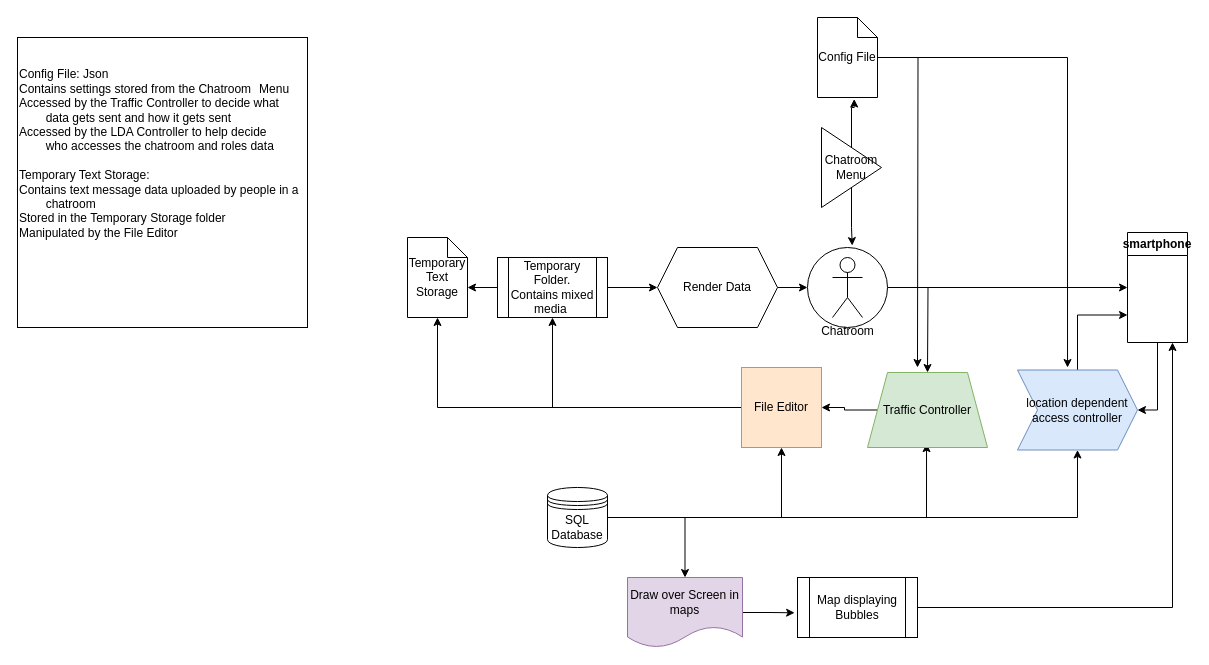
Above: jacob_design_stuff.drawio in cse442-at-ub/project-group-byte-bandits (draw.io), before the change. Source tidied: cells renumbered, new cells numbered last; positions are measured from the earlier drawing's top-left corner, leaving out a move shared by most shapes. Both pictures are drawn from the tidied source at 100%, with x=0, y=0 at pixel (17, 17).
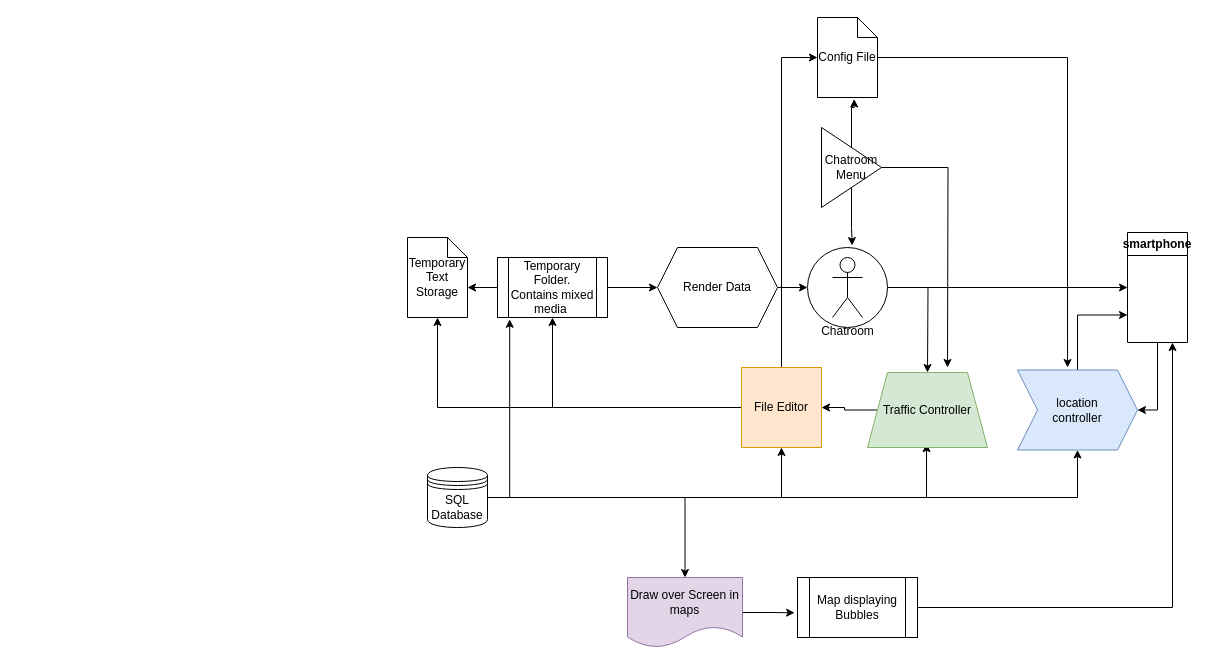
Above is the later version.

Commit message (it also covers changes not shown here):
updating backend diagram and adding explanation

The change refers to these unchanged cells:
```xml
<mxCell id="4" value="File Editor" style="whiteSpace=wrap;html=1;fillColor=#ffe6cc;strokeColor=#d79b00;" parent="1" vertex="1">
  <mxGeometry x="724" y="350" width="80" height="80" as="geometry" />
</mxCell>
<mxCell id="13" value="Temporary&lt;br&gt;Folder. Contains mixed&lt;br&gt;media&amp;nbsp;" style="shape=process;whiteSpace=wrap;html=1;backgroundOutline=1;" parent="1" vertex="1">
  <mxGeometry x="480" y="240" width="110" height="60" as="geometry" />
</mxCell>
<mxCell id="32" value="Config File" style="shape=note;size=20;whiteSpace=wrap;html=1;" parent="1" vertex="1">
  <mxGeometry x="800" width="60" height="80" as="geometry" />
</mxCell>
<mxCell id="35" value="Chatroom&lt;br&gt;Menu" style="triangle;whiteSpace=wrap;html=1;" parent="1" vertex="1">
  <mxGeometry x="804" y="110" width="60" height="80" as="geometry" />
</mxCell>
```

What changed in the source:
```diff
@@
+    <mxCell id="37" style="edgeStyle=orthogonalEdgeStyle;rounded=0;jettySize=auto;html=1;entryX=0;entryY=0.5;entryDx=0;entryDy=0;entryPerimeter=0;" parent="1" edge="1" source="4" target="32">
+      <mxGeometry relative="1" as="geometry" />
+    </mxCell>
@@
+    <mxCell id="38" style="edgeStyle=orthogonalEdgeStyle;rounded=0;jettySize=auto;html=1;entryX=0.111;entryY=1.03;entryDx=0;entryDy=0;entryPerimeter=0;" parent="1" edge="1" source="9" target="13">
+      <mxGeometry relative="1" as="geometry" />
+    </mxCell>
     <mxCell id="9" value="SQL Database" style="shape=datastore;whiteSpace=wrap;html=1;" parent="1" vertex="1">
-      <mxGeometry x="530" y="470" width="60" height="60" as="geometry" />
+      <mxGeometry x="410" y="450" width="60" height="60" as="geometry" />
     </mxCell>
@@
-    <mxCell id="21" value="location dependent access controller" style="shape=step;perimeter=stepPerimeter;whiteSpace=wrap;html=1;fixedSize=1;fillColor=#dae8fc;strokeColor=#6c8ebf;" parent="1" vertex="1">
+    <mxCell id="21" value="location &lt;br&gt;controller" style="shape=step;perimeter=stepPerimeter;whiteSpace=wrap;html=1;fixedSize=1;fillColor=#dae8fc;strokeColor=#6c8ebf;" parent="1" vertex="1">
       <mxGeometry x="1000" y="352.5" width="120" height="80" as="geometry" />
     </mxCell>
@@
-    <mxCell id="30" style="edgeStyle=orthogonalEdgeStyle;rounded=0;jettySize=auto;html=1;" parent="1" edge="1" source="32">
-      <mxGeometry relative="1" as="geometry">
-        <mxPoint x="900" y="350" as="targetPoint" />
-      </mxGeometry>
-    </mxCell>
@@
+    <mxCell id="39" style="edgeStyle=orthogonalEdgeStyle;rounded=0;jettySize=auto;html=1;" parent="1" edge="1" source="35">
+      <mxGeometry relative="1" as="geometry">
+        <mxPoint x="930" y="350" as="targetPoint" />
+      </mxGeometry>
+    </mxCell>
@@
-    <mxCell id="36" value="Config File: Json&lt;br&gt;&lt;span style=&quot;white-space: pre;&quot;&gt;C&lt;/span&gt;ontains settings stored from the Chatroom &lt;span style=&quot;white-space: pre;&quot;&gt;&#9;&lt;/span&gt;Menu&lt;br&gt;&lt;span style=&quot;white-space: pre;&quot;&gt;Accessed by the Traffic Controller to decide what&lt;br/&gt;&lt;span style=&quot;white-space: pre;&quot;&gt;&#9;&lt;/span&gt;data gets sent and how it gets sent&lt;br/&gt;Accessed by the LDA Controller to help decide&lt;br/&gt;&lt;/span&gt;&lt;span style=&quot;white-space: pre;&quot;&gt;&lt;span style=&quot;white-space: pre;&quot;&gt;&#9;&lt;/span&gt;who accesses the chatroom and roles data&lt;br/&gt;&lt;br/&gt;Temporary Text Storage:&lt;br/&gt;Contains text message data uploaded by people in a&lt;br/&gt;&lt;span style=&quot;white-space: pre;&quot;&gt;&#9;&lt;/span&gt;chatroom&lt;br/&gt;Stored in the Temporary Storage folder&lt;br/&gt;Manipulated by the File Editor&lt;br/&gt;&lt;br/&gt;&lt;br/&gt;&lt;br/&gt;&#9;&lt;/span&gt;" style="whiteSpace=wrap;html=1;align=left;" parent="1" vertex="1">
-      <mxGeometry y="20" width="290" height="290" as="geometry" />
-    </mxCell>
```
